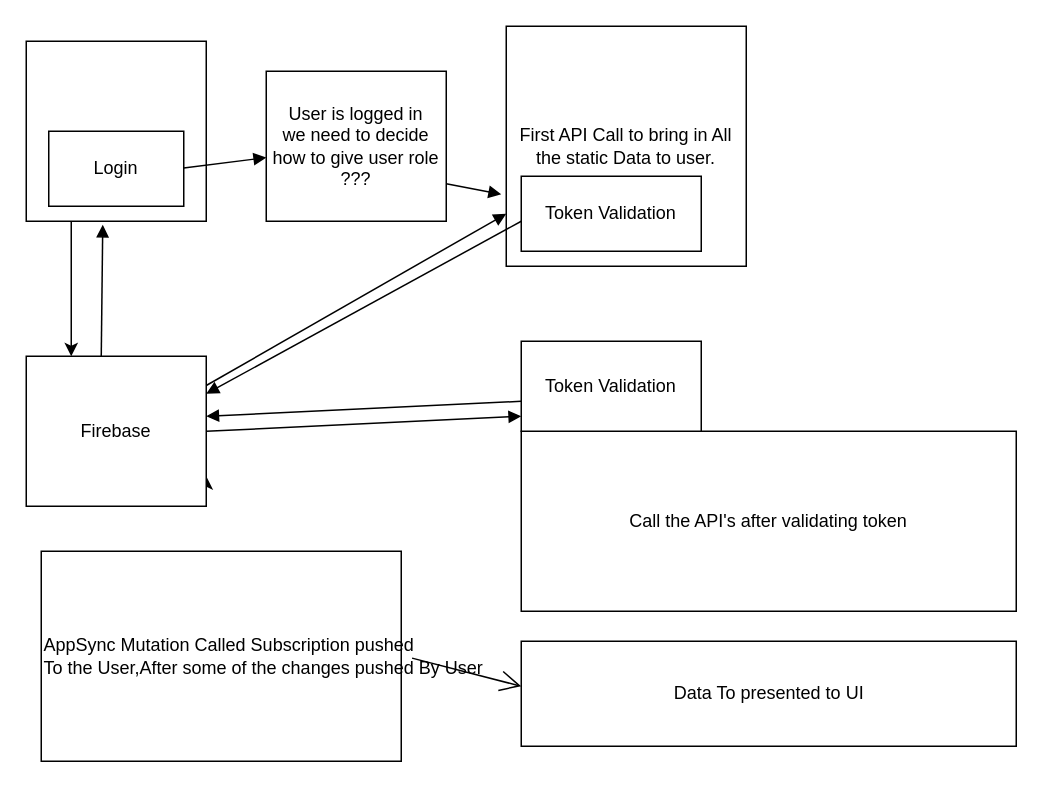
The draw.io diagram Untitled Diagram.drawio in vishalgupta94/CompetetiveProgramming, before the edit. Source tidied: cells renumbered, new cells numbered last; positions are measured from the earlier drawing's top-left corner, leaving out a move shared by most shapes. Both pictures are drawn from the tidied source at 150%, with x=0, y=0 at pixel (26, 26).
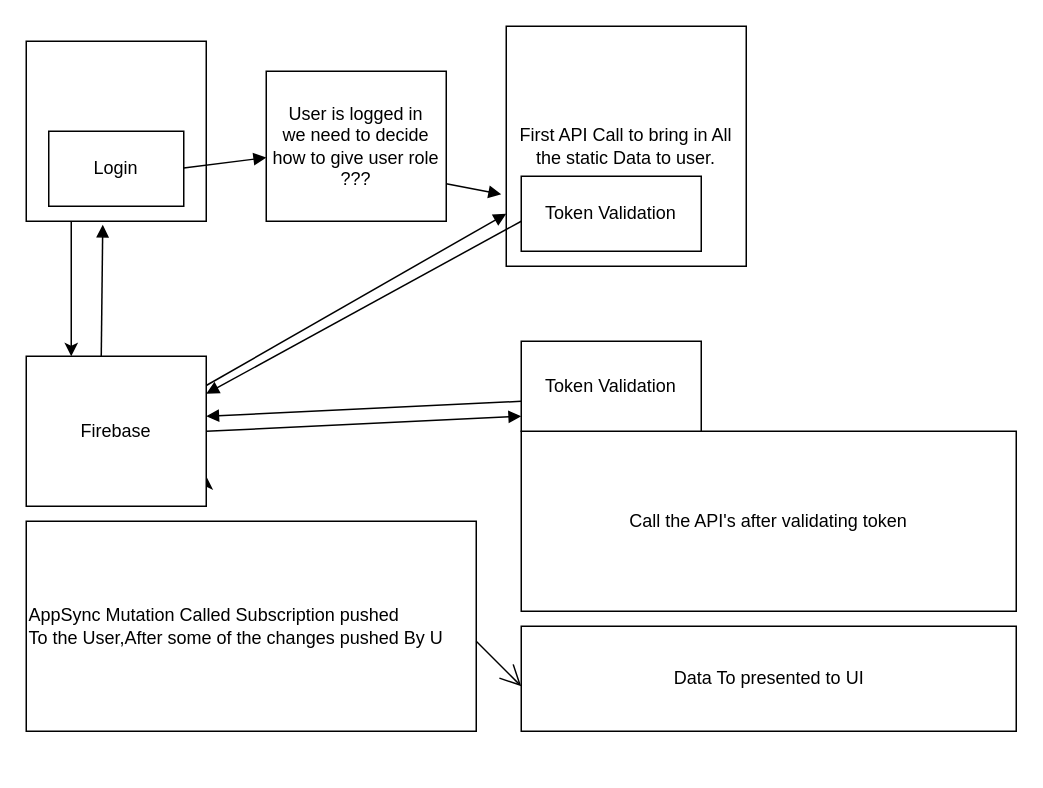
Above is the later version.

What changed in the source:
```diff
@@
-    <mxCell id="19" value="AppSync Mutation Called Subscription pushed&lt;br&gt;To the User,After some of the changes pushed By User" style="verticalLabelPosition=middle;verticalAlign=middle;html=1;shape=mxgraph.basic.rect;fillColor2=none;strokeWidth=1;size=20;indent=5;labelPosition=center;align=left;" parent="1" vertex="1">
-      <mxGeometry x="10" y="350" width="240" height="140" as="geometry" />
+    <mxCell id="19" value="AppSync Mutation Called Subscription pushed&lt;br&gt;To the User,After some of the changes pushed By U" style="verticalLabelPosition=middle;verticalAlign=middle;html=1;shape=mxgraph.basic.rect;fillColor2=none;strokeWidth=1;size=20;indent=5;labelPosition=center;align=left;" parent="1" vertex="1">
+      <mxGeometry y="330" width="300" height="140" as="geometry" />
     </mxCell>
     <mxCell id="20" value="Data To presented to UI" style="verticalLabelPosition=middle;verticalAlign=middle;html=1;shape=mxgraph.basic.rect;fillColor2=none;strokeWidth=1;size=20;indent=5;labelPosition=center;align=center;" parent="1" vertex="1">
-      <mxGeometry x="330" y="410" width="330" height="70" as="geometry" />
+      <mxGeometry x="330" y="400" width="330" height="70" as="geometry" />
     </mxCell>
-    <mxCell id="21" style="endArrow=open;endFill=1;endSize=12;html=1;exitX=1.03;exitY=0.509;exitDx=0;exitDy=0;exitPerimeter=0;" parent="1" edge="1" source="19">
+    <mxCell id="21" style="endArrow=open;endFill=1;endSize=12;html=1;exitX=1;exitY=0.571;exitDx=0;exitDy=0;exitPerimeter=0;" parent="1" edge="1" source="19">
       <mxGeometry relative="1" as="geometry">
         <mxPoint x="330" y="440" as="targetPoint" />
       </mxGeometry>
     </mxCell>
```
